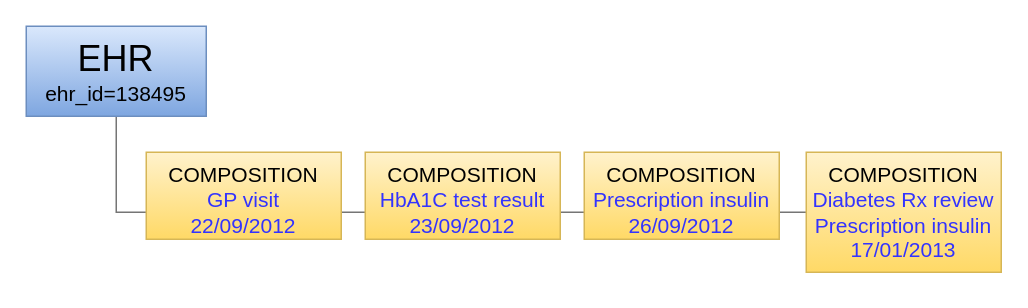
openEHR/specifications-RM keeps this draw.io diagram as docs/ehr/diagrams/basic_event_oriented_ehr.drawio. Above is the earlier version. Source tidied: cells renumbered, new cells numbered last; positions are measured from the earlier drawing's top-left corner, leaving out a move shared by most shapes. Both pictures are drawn from the tidied source at 150%, with x=0, y=0 at pixel (26, 26).
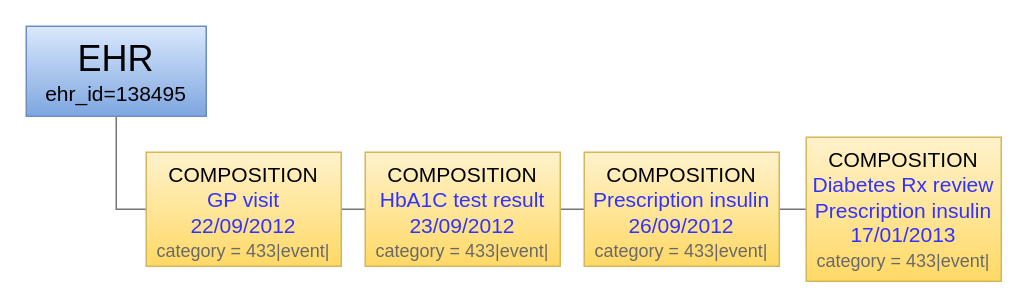
After the change.

Change to the diagram source:
```diff
@@
 <mxGraphModel>
   <root>
     <mxCell id="0" />
     <mxCell id="1" parent="0" />
     <mxCell id="2" style="edgeStyle=orthogonalEdgeStyle;rounded=0;jettySize=auto;html=1;exitX=0.5;exitY=1;exitDx=0;exitDy=0;entryX=0;entryY=0.5;entryDx=0;entryDy=0;endArrow=none;endFill=0;fontSize=12;strokeColor=#757575;" parent="1" edge="1" source="3" target="7">
       <mxGeometry relative="1" as="geometry" />
     </mxCell>
     <mxCell id="3" value="&lt;font style=&quot;font-size: 24px&quot;&gt;EHR&lt;/font&gt;&lt;br style=&quot;font-size: 14px&quot;&gt;ehr_id=138495" style="rounded=0;whiteSpace=wrap;html=1;fontSize=14;fillColor=#dae8fc;strokeColor=#6c8ebf;gradientColor=#7ea6e0;" parent="1" vertex="1">
       <mxGeometry width="120" height="60" as="geometry" />
     </mxCell>
-    <mxCell id="4" value="COMPOSITION&lt;br&gt;&lt;font color=&quot;#3333ff&quot;&gt;GP visit&lt;br&gt;22/09/2012&lt;/font&gt;" style="rounded=0;whiteSpace=wrap;html=1;fontSize=14;fillColor=#fff2cc;strokeColor=#d6b656;verticalAlign=top;gradientColor=#ffd966;" parent="1" vertex="1">
-      <mxGeometry x="80" y="84" width="130" height="58" as="geometry" />
+    <mxCell id="4" value="COMPOSITION&lt;br&gt;&lt;font color=&quot;#3333ff&quot;&gt;GP visit&lt;/font&gt;&lt;br&gt;&lt;font color=&quot;#3333ff&quot;&gt;22/09/2012&lt;/font&gt;&lt;br&gt;&lt;font style=&quot;font-size: 12px&quot; color=&quot;#696969&quot;&gt;category = 433|event|&lt;/font&gt;" style="rounded=0;whiteSpace=wrap;html=1;fontSize=14;fillColor=#fff2cc;strokeColor=#d6b656;verticalAlign=top;gradientColor=#ffd966;" parent="1" vertex="1">
+      <mxGeometry x="80" y="84" width="130" height="76" as="geometry" />
     </mxCell>
-    <mxCell id="5" value="COMPOSITION&lt;br&gt;&lt;font color=&quot;#3333ff&quot;&gt;HbA1C test result&lt;br&gt;&lt;/font&gt;&lt;span style=&quot;color: rgb(51 , 51 , 255)&quot;&gt;23/09/2012&lt;/span&gt;&lt;font color=&quot;#3333ff&quot;&gt;&lt;br&gt;&lt;/font&gt;" style="rounded=0;whiteSpace=wrap;html=1;fontSize=14;fillColor=#fff2cc;strokeColor=#d6b656;verticalAlign=top;gradientColor=#ffd966;" parent="1" vertex="1">
-      <mxGeometry x="226" y="84" width="130" height="58" as="geometry" />
+    <mxCell id="5" value="COMPOSITION&lt;br&gt;&lt;font color=&quot;#3333ff&quot;&gt;HbA1C test result&lt;br&gt;&lt;/font&gt;&lt;span style=&quot;color: rgb(51 , 51 , 255)&quot;&gt;23/09/2012&lt;br&gt;&lt;/span&gt;&lt;span style=&quot;color: rgb(105 , 105 , 105) ; font-size: 12px&quot;&gt;category = 433|event|&lt;/span&gt;&lt;font color=&quot;#3333ff&quot;&gt;&lt;br&gt;&lt;/font&gt;" style="rounded=0;whiteSpace=wrap;html=1;fontSize=14;fillColor=#fff2cc;strokeColor=#d6b656;verticalAlign=top;gradientColor=#ffd966;" parent="1" vertex="1">
+      <mxGeometry x="226" y="84" width="130" height="76" as="geometry" />
     </mxCell>
-    <mxCell id="6" value="COMPOSITION&lt;br&gt;&lt;span style=&quot;color: rgb(51 , 51 , 255)&quot;&gt;Prescription insulin&lt;/span&gt;&lt;br style=&quot;color: rgb(51 , 51 , 255)&quot;&gt;&lt;span style=&quot;color: rgb(51 , 51 , 255)&quot;&gt;26/09/2012&lt;/span&gt;" style="rounded=0;whiteSpace=wrap;html=1;fontSize=14;fillColor=#fff2cc;strokeColor=#d6b656;verticalAlign=top;gradientColor=#ffd966;" parent="1" vertex="1">
-      <mxGeometry x="372" y="84" width="130" height="58" as="geometry" />
+    <mxCell id="6" value="COMPOSITION&lt;br&gt;&lt;span style=&quot;color: rgb(51 , 51 , 255)&quot;&gt;Prescription insulin&lt;/span&gt;&lt;br style=&quot;color: rgb(51 , 51 , 255)&quot;&gt;&lt;span style=&quot;color: rgb(51 , 51 , 255)&quot;&gt;26/09/2012&lt;br&gt;&lt;/span&gt;&lt;span style=&quot;color: rgb(105 , 105 , 105) ; font-size: 12px&quot;&gt;category = 433|event|&lt;/span&gt;&lt;span style=&quot;color: rgb(51 , 51 , 255)&quot;&gt;&lt;br&gt;&lt;/span&gt;" style="rounded=0;whiteSpace=wrap;html=1;fontSize=14;fillColor=#fff2cc;strokeColor=#d6b656;verticalAlign=top;gradientColor=#ffd966;" parent="1" vertex="1">
+      <mxGeometry x="372" y="84" width="130" height="76" as="geometry" />
     </mxCell>
-    <mxCell id="7" value="COMPOSITION&lt;br&gt;&lt;font color=&quot;#3333ff&quot;&gt;Diabetes Rx review&lt;br&gt;&lt;/font&gt;&lt;span style=&quot;color: rgb(51 , 51 , 255)&quot;&gt;Prescription insulin&lt;/span&gt;&lt;font color=&quot;#3333ff&quot;&gt;&lt;br&gt;17/01/2013&lt;/font&gt;" style="rounded=0;whiteSpace=wrap;html=1;fontSize=14;fillColor=#fff2cc;strokeColor=#d6b656;verticalAlign=top;gradientColor=#ffd966;" parent="1" vertex="1">
-      <mxGeometry x="520" y="84" width="130" height="80" as="geometry" />
+    <mxCell id="7" value="COMPOSITION&lt;br&gt;&lt;font color=&quot;#3333ff&quot;&gt;Diabetes Rx review&lt;br&gt;&lt;/font&gt;&lt;span style=&quot;color: rgb(51 , 51 , 255)&quot;&gt;Prescription insulin&lt;/span&gt;&lt;font color=&quot;#3333ff&quot;&gt;&lt;br&gt;17/01/2013&lt;br&gt;&lt;/font&gt;&lt;span style=&quot;color: rgb(105 , 105 , 105) ; font-size: 12px&quot;&gt;category = 433|event|&lt;/span&gt;&lt;font color=&quot;#3333ff&quot;&gt;&lt;br&gt;&lt;/font&gt;" style="rounded=0;whiteSpace=wrap;html=1;fontSize=14;fillColor=#fff2cc;strokeColor=#d6b656;verticalAlign=top;gradientColor=#ffd966;" parent="1" vertex="1">
+      <mxGeometry x="520" y="74" width="130" height="96" as="geometry" />
     </mxCell>
   </root>
 </mxGraphModel>
```
